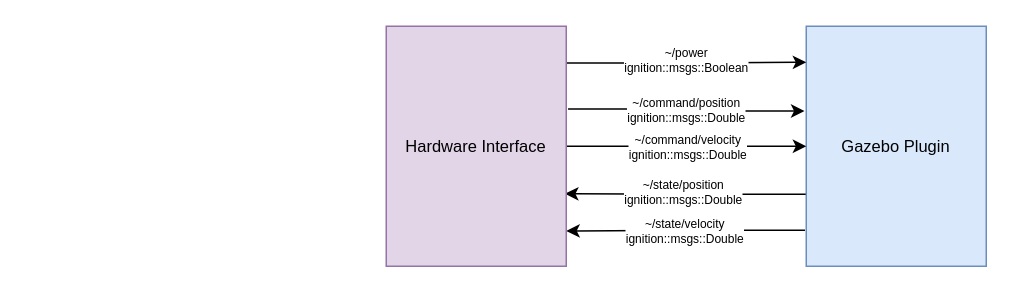
Above: diagrams/sa_tilt.drawio in Teusner/Forssea_Report (draw.io), before the change. Source tidied: cells renumbered, new cells numbered last; positions are measured from the earlier drawing's top-left corner, leaving out a move shared by most shapes. Both pictures are drawn from the tidied source at 150%, with x=0, y=0 at pixel (386, 26).
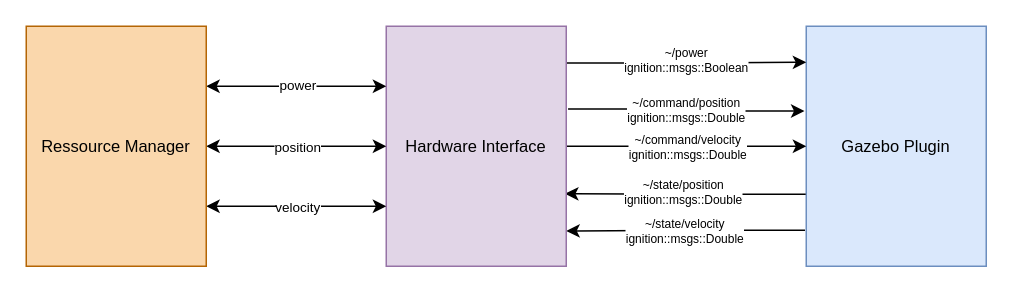
The same page after the edit.

Unchanged cells that the change refers to:
```xml
<mxCell id="13" value="Hardware Interface" style="rounded=0;whiteSpace=wrap;html=1;fillColor=#e1d5e7;strokeColor=#9673a6;fontSize=11;" parent="1" vertex="1">
  <mxGeometry width="120" height="160" as="geometry" />
</mxCell>
```

Change to the diagram source:
```diff
@@
+    <mxCell id="14" style="edgeStyle=orthogonalEdgeStyle;rounded=0;jettySize=auto;html=1;entryX=0;entryY=0.25;entryDx=0;entryDy=0;exitX=1;exitY=0.25;exitDx=0;exitDy=0;startArrow=classic;startFill=1;" parent="1" edge="1" source="20" target="13">
+      <mxGeometry relative="1" as="geometry">
+        <Array as="points">
+          <mxPoint x="-60" y="40" />
+          <mxPoint x="-60" y="40" />
+        </Array>
+      </mxGeometry>
+    </mxCell>
+    <mxCell id="15" value="power" style="edgeLabel;html=1;align=center;verticalAlign=middle;fontSize=9;" parent="14" vertex="1">
+      <mxGeometry x="-0.3" y="1" relative="1" as="geometry">
+        <mxPoint x="18" as="offset" />
+      </mxGeometry>
+    </mxCell>
+    <mxCell id="16" style="edgeStyle=orthogonalEdgeStyle;rounded=0;jettySize=auto;html=1;startArrow=classic;startFill=1;" parent="1" edge="1" source="20" target="13">
+      <mxGeometry relative="1" as="geometry">
+        <Array as="points">
+          <mxPoint x="-50" y="80" />
+          <mxPoint x="-50" y="80" />
+        </Array>
+      </mxGeometry>
+    </mxCell>
+    <mxCell id="17" value="position" style="edgeLabel;html=1;align=center;verticalAlign=middle;fontSize=9;" parent="16" vertex="1">
+      <mxGeometry x="-0.32" y="-1" relative="1" as="geometry">
+        <mxPoint x="19" y="-1" as="offset" />
+      </mxGeometry>
+    </mxCell>
+    <mxCell id="18" style="edgeStyle=orthogonalEdgeStyle;rounded=0;jettySize=auto;html=1;exitX=1;exitY=0.75;exitDx=0;exitDy=0;entryX=0;entryY=0.75;entryDx=0;entryDy=0;startArrow=classic;startFill=1;" parent="1" edge="1" source="20" target="13">
+      <mxGeometry relative="1" as="geometry" />
+    </mxCell>
+    <mxCell id="19" value="velocity" style="edgeLabel;html=1;align=center;verticalAlign=middle;fontSize=9;" parent="18" vertex="1">
+      <mxGeometry x="0.23" y="-2" relative="1" as="geometry">
+        <mxPoint x="-14" y="-2" as="offset" />
+      </mxGeometry>
+    </mxCell>
+    <mxCell id="20" value="Ressource Manager" style="rounded=0;whiteSpace=wrap;html=1;fillColor=#fad7ac;strokeColor=#b46504;fontSize=11;" parent="1" vertex="1">
+      <mxGeometry x="-240" width="120" height="160" as="geometry" />
+    </mxCell>
```
